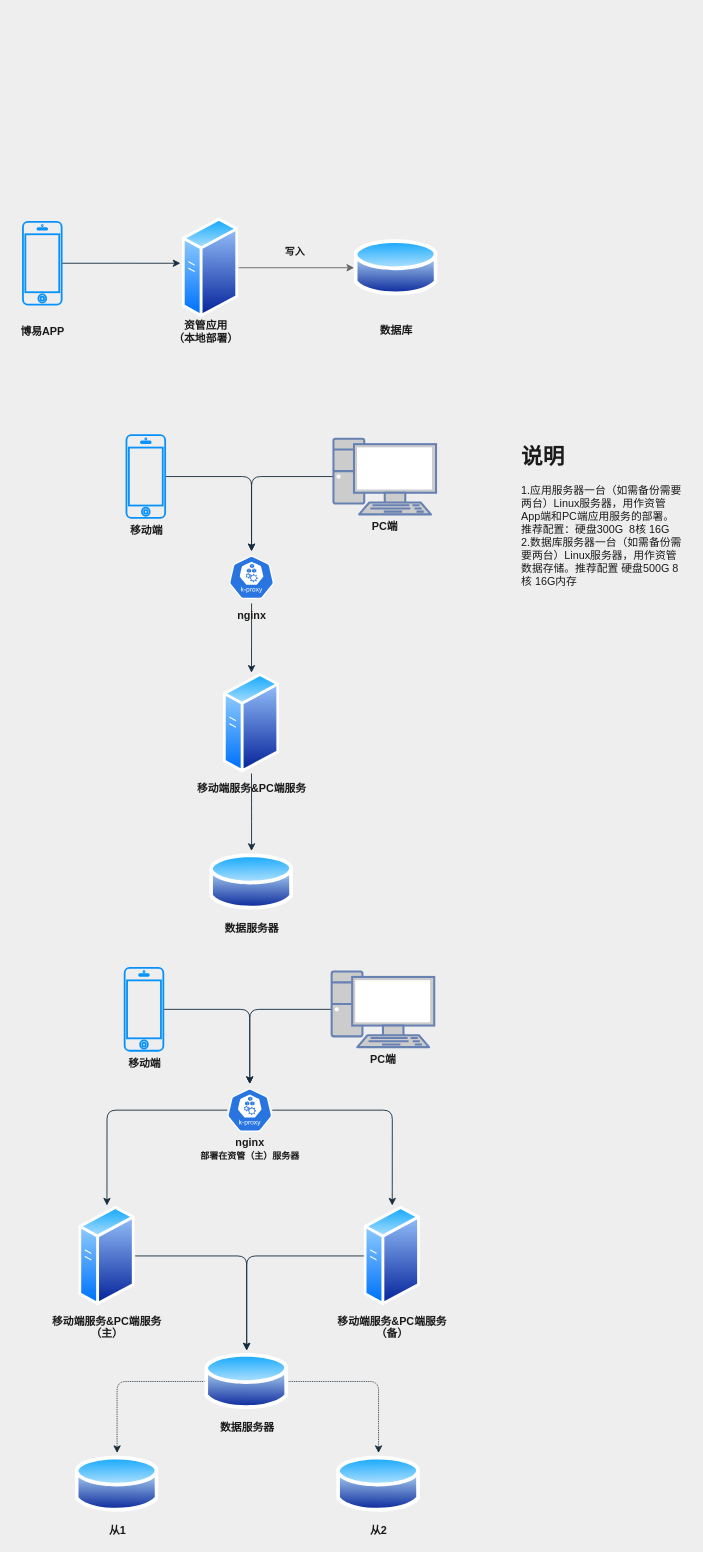
This is 资管原理图.drawio from ammengke/my-drawio, a draw.io file, before an edit. Source tidied: cells renumbered, new cells numbered last; positions are measured from the earlier drawing's top-left corner, leaving out a move shared by most shapes. Both pictures are drawn from the tidied source at 90%, with x=0, y=0 at pixel (15, 217).
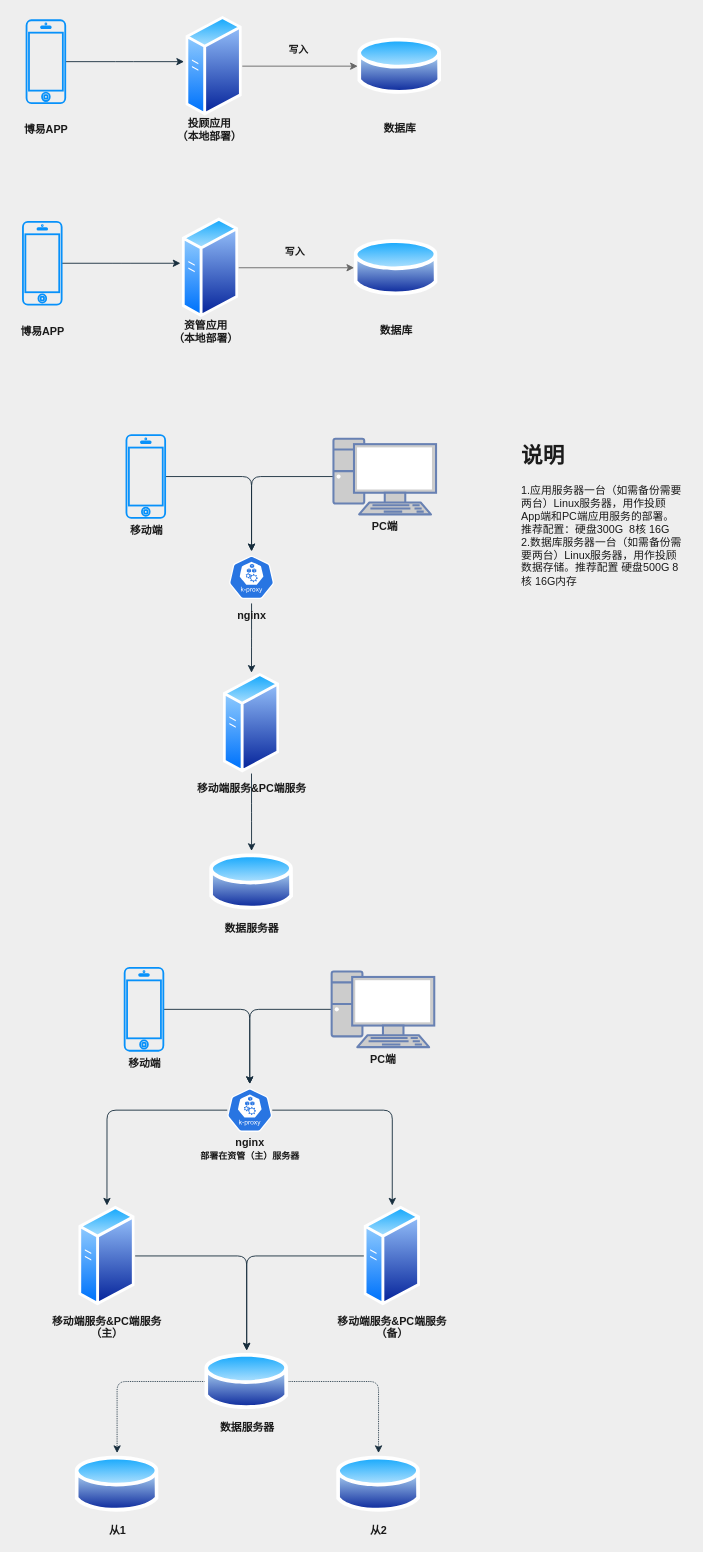
Above is the later version.

Commit message:
更新资管原理图.drawio

Diff of the diagram source:
```diff
@@
-    <mxCell id="19" value="&lt;h1&gt;说明&lt;/h1&gt;&lt;div&gt;1.应用服务器一台（如需备份需要两台）Linux服务器，用作资管App端和PC端应用服务的部署。&lt;/div&gt;&lt;div&gt;推荐配置：硬盘300G&amp;nbsp; 8核 16G&lt;/div&gt;&lt;div&gt;2.数据库服务器一台（如需备份需要两台）Linux服务器，用作资管数据存储。推荐配置 硬盘500G 8核 16G内存&lt;/div&gt;" style="text;html=1;strokeColor=none;fillColor=none;spacing=5;spacingTop=-20;whiteSpace=wrap;overflow=hidden;rounded=0;labelBackgroundColor=none;sketch=0;fontColor=#1A1A1A;" parent="1" vertex="1">
+    <mxCell id="19" value="&lt;h1&gt;说明&lt;/h1&gt;&lt;div&gt;1.应用服务器一台（如需备份需要两台）Linux服务器，用作投顾App端和PC端应用服务的部署。&lt;/div&gt;&lt;div&gt;推荐配置：硬盘300G&amp;nbsp; 8核 16G&lt;/div&gt;&lt;div&gt;2.数据库服务器一台（如需备份需要两台）Linux服务器，用作投顾数据存储。推荐配置 硬盘500G 8核 16G内存&lt;/div&gt;" style="text;html=1;strokeColor=none;fillColor=none;spacing=5;spacingTop=-20;whiteSpace=wrap;overflow=hidden;rounded=0;labelBackgroundColor=none;sketch=0;fontColor=#1A1A1A;" parent="1" vertex="1">
       <mxGeometry x="557" y="246" width="190" height="194" as="geometry" />
     </mxCell>
@@
+    <mxCell id="36" style="edgeStyle=orthogonalEdgeStyle;curved=0;rounded=1;sketch=0;jettySize=auto;html=1;fontColor=#1A1A1A;strokeColor=#182E3E;fontStyle=1;" parent="1" edge="1" source="37">
+      <mxGeometry relative="1" as="geometry">
+        <mxPoint x="187" y="-173" as="targetPoint" />
+      </mxGeometry>
+    </mxCell>
+    <mxCell id="37" style="html=1;verticalLabelPosition=bottom;labelBackgroundColor=#ffffff;verticalAlign=top;shadow=0;dashed=0;strokeWidth=2;shape=mxgraph.ios7.misc.iphone;strokeColor=#0791FA;rounded=0;sketch=0;fontColor=#1A1A1A;fillColor=none;fontStyle=1;" parent="1" vertex="1">
+      <mxGeometry x="12" y="-219" width="43" height="92" as="geometry" />
+    </mxCell>
+    <mxCell id="38" value="博易APP" style="text;html=1;strokeColor=none;fillColor=none;align=center;verticalAlign=middle;whiteSpace=wrap;rounded=0;sketch=0;fontColor=#1A1A1A;fontStyle=1;" parent="1" vertex="1">
+      <mxGeometry x="4" y="-112" width="60" height="30" as="geometry" />
+    </mxCell>
+    <mxCell id="39" value="写入" style="edgeStyle=orthogonalEdgeStyle;curved=0;rounded=1;sketch=0;jettySize=auto;html=1;fontColor=#1A1A1A;fillColor=#f5f5f5;strokeColor=#666666;labelBackgroundColor=none;fontStyle=1;" parent="1" edge="1" source="40" target="42">
+      <mxGeometry x="-0.03" y="18" relative="1" as="geometry" />
+    </mxCell>
+    <mxCell id="40" style="perimeter=ellipsePerimeter;html=1;align=center;shadow=0;dashed=0;spacingTop=3;image;image=img/lib/active_directory/generic_server.svg;rounded=0;sketch=0;fontColor=#1A1A1A;strokeColor=#0791FA;strokeWidth=2;fillColor=none;fontStyle=1;" parent="1" vertex="1">
+      <mxGeometry x="189" y="-224" width="62.7" height="112" as="geometry" />
+    </mxCell>
+    <mxCell id="41" value="投顾应用&lt;br&gt;（本地部署）" style="text;html=1;strokeColor=none;fillColor=none;align=center;verticalAlign=middle;whiteSpace=wrap;rounded=0;sketch=0;fontColor=#1A1A1A;fontStyle=1;" parent="1" vertex="1">
+      <mxGeometry x="170" y="-112" width="91" height="29" as="geometry" />
+    </mxCell>
+    <mxCell id="42" style="perimeter=ellipsePerimeter;html=1;align=center;shadow=0;dashed=0;spacingTop=3;image;image=img/lib/active_directory/database.svg;rounded=0;sketch=0;fontColor=#1A1A1A;strokeColor=#0791FA;strokeWidth=2;fillColor=none;fontStyle=1;" parent="1" vertex="1">
+      <mxGeometry x="380" y="-202.5" width="93.2" height="69" as="geometry" />
+    </mxCell>
+    <mxCell id="43" value="数据库" style="text;html=1;strokeColor=none;fillColor=none;align=center;verticalAlign=middle;whiteSpace=wrap;rounded=0;sketch=0;fontColor=#1A1A1A;fontStyle=1;" parent="1" vertex="1">
+      <mxGeometry x="397" y="-113" width="60" height="30" as="geometry" />
+    </mxCell>
```
